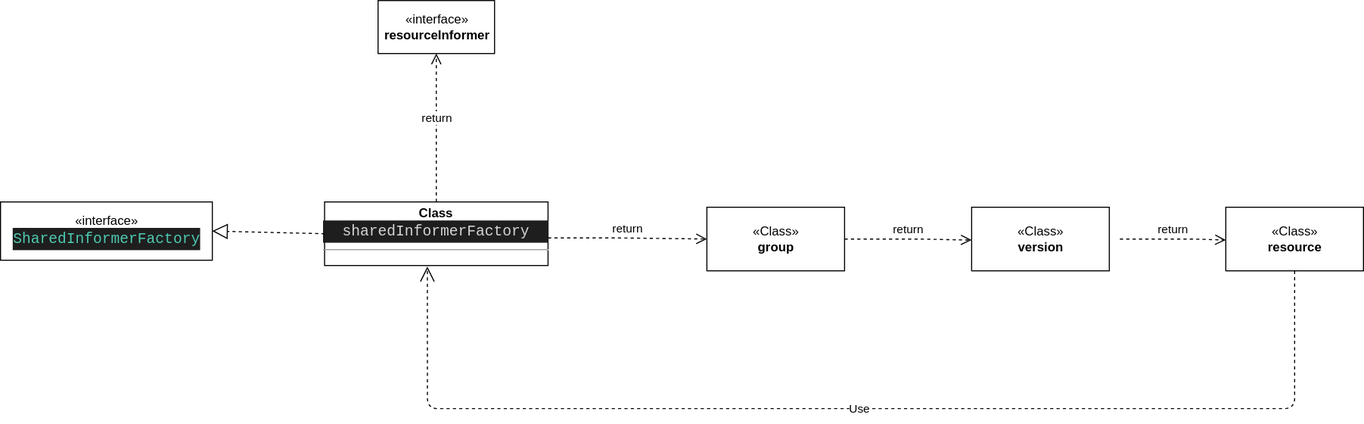
Above: cloudnative/kubernetes/image/8.drawio.svg in ruster-cn/wiki (draw.io), before the change. Source tidied: cells renumbered, new cells last; positions are measured from the earlier drawing's top-left corner, leaving out a move shared by most shapes. Its diagram source:
```xml
<mxGraphModel>
  <root>
    <mxCell id="0" />
    <mxCell id="1" parent="0" />
    <mxCell id="2" value="«interface»&lt;br&gt;&lt;div style=&quot;color: rgb(212 , 212 , 212) ; background-color: rgb(30 , 30 , 30) ; font-family: &amp;#34;menlo&amp;#34; , &amp;#34;monaco&amp;#34; , &amp;#34;courier new&amp;#34; , monospace ; font-size: 14px ; line-height: 21px&quot;&gt;&lt;span style=&quot;color: #4ec9b0&quot;&gt;SharedInformerFactory&lt;/span&gt;&lt;/div&gt;" style="html=1;rotation=0;" parent="1" vertex="1">
      <mxGeometry y="190" width="200" height="55" as="geometry" />
    </mxCell>
    <mxCell id="3" value="&lt;p style=&quot;margin: 4px 0px 0px&quot;&gt;&lt;b&gt;Class&lt;/b&gt;&lt;/p&gt;&lt;div style=&quot;color: rgb(212 , 212 , 212) ; background-color: rgb(30 , 30 , 30) ; font-family: &amp;#34;menlo&amp;#34; , &amp;#34;monaco&amp;#34; , &amp;#34;courier new&amp;#34; , monospace ; font-size: 14px ; line-height: 21px&quot;&gt;sharedInformerFactory&lt;/div&gt;&lt;hr size=&quot;1&quot;&gt;&lt;div style=&quot;height: 2px&quot;&gt;&lt;/div&gt;" style="verticalAlign=top;align=center;overflow=fill;fontSize=12;fontFamily=Helvetica;html=1;rotation=0;" parent="1" vertex="1">
      <mxGeometry x="306" y="190" width="211" height="60" as="geometry" />
    </mxCell>
    <mxCell id="4" style="endArrow=block;dashed=1;endFill=0;endSize=12;html=1;entryX=1;entryY=0.5;entryDx=0;entryDy=0;exitX=0;exitY=0.5;exitDx=0;exitDy=0;" parent="1" edge="1" source="3" target="2">
      <mxGeometry relative="1" as="geometry" />
    </mxCell>
    <mxCell id="5" value="«Class»&lt;br&gt;&lt;b&gt;group&lt;/b&gt;" style="html=1;" parent="1" vertex="1">
      <mxGeometry x="667" y="195" width="130" height="60" as="geometry" />
    </mxCell>
    <mxCell id="6" value="return" style="html=1;verticalAlign=bottom;endArrow=open;dashed=1;endSize=8;entryX=0;entryY=0.5;entryDx=0;entryDy=0;" parent="1" edge="1" target="5">
      <mxGeometry relative="1" as="geometry">
        <mxPoint x="517" y="224" as="sourcePoint" />
        <Array as="points">
          <mxPoint x="587" y="224" />
        </Array>
      </mxGeometry>
    </mxCell>
    <mxCell id="7" value="«Class»&lt;br&gt;&lt;b&gt;version&lt;/b&gt;" style="html=1;" parent="1" vertex="1">
      <mxGeometry x="917" y="195" width="130" height="60" as="geometry" />
    </mxCell>
    <mxCell id="8" value="return" style="html=1;verticalAlign=bottom;endArrow=open;dashed=1;endSize=8;" parent="1" edge="1">
      <mxGeometry relative="1" as="geometry">
        <mxPoint x="797" y="225" as="sourcePoint" />
        <mxPoint x="917" y="226" as="targetPoint" />
        <Array as="points">
          <mxPoint x="867" y="225" />
        </Array>
      </mxGeometry>
    </mxCell>
    <mxCell id="9" value="«Class»&lt;br&gt;&lt;b&gt;resource&lt;/b&gt;" style="html=1;" parent="1" vertex="1">
      <mxGeometry x="1157" y="195" width="130" height="60" as="geometry" />
    </mxCell>
    <mxCell id="10" value="return" style="html=1;verticalAlign=bottom;endArrow=open;dashed=1;endSize=8;" parent="1" edge="1">
      <mxGeometry relative="1" as="geometry">
        <mxPoint x="1057" y="225" as="sourcePoint" />
        <mxPoint x="1157" y="226" as="targetPoint" />
        <Array as="points">
          <mxPoint x="1127" y="225" />
        </Array>
      </mxGeometry>
    </mxCell>
    <mxCell id="11" value="Use" style="endArrow=open;endSize=12;dashed=1;html=1;exitX=0.5;exitY=1;exitDx=0;exitDy=0;entryX=0.46;entryY=1.017;entryDx=0;entryDy=0;entryPerimeter=0;edgeStyle=orthogonalEdgeStyle;" parent="1" edge="1" source="9" target="3">
      <mxGeometry relative="1" as="geometry">
        <Array as="points">
          <mxPoint x="1222" y="385" />
          <mxPoint x="403" y="385" />
        </Array>
      </mxGeometry>
    </mxCell>
    <mxCell id="12" value="«interface»&lt;br&gt;&lt;b&gt;resourceInformer&lt;/b&gt;" style="html=1;" parent="1" vertex="1">
      <mxGeometry x="356.5" width="110" height="50" as="geometry" />
    </mxCell>
    <mxCell id="13" value="return" style="html=1;verticalAlign=bottom;endArrow=open;dashed=1;endSize=8;exitX=0.5;exitY=0;exitDx=0;exitDy=0;entryX=0.5;entryY=1;entryDx=0;entryDy=0;" parent="1" edge="1" source="3" target="12">
      <mxGeometry relative="1" as="geometry" />
    </mxCell>
  </root>
</mxGraphModel>
```
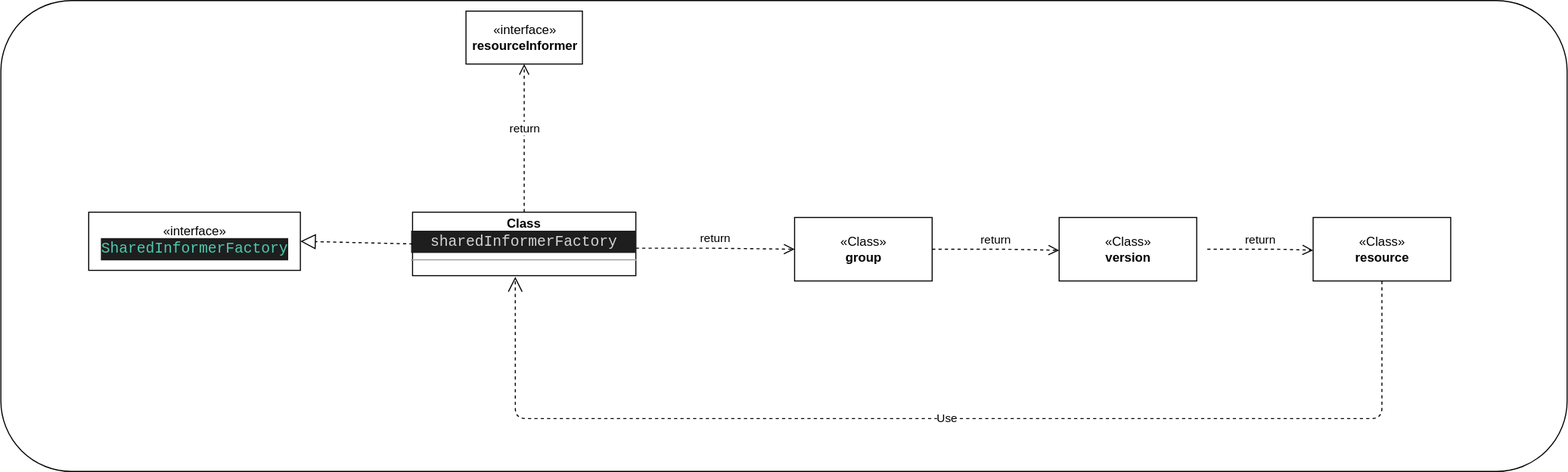
The same file after the commit.

Change to the diagram source:
```diff
@@ -2,6 +2,9 @@
   <root>
     <mxCell id="0" />
     <mxCell id="1" parent="0" />
+    <mxCell id="14" style="rounded=1;whiteSpace=wrap;html=1;" parent="1" vertex="1">
+      <mxGeometry x="-83" y="-10" width="1480" height="445" as="geometry" />
+    </mxCell>
     <mxCell id="2" value="«interface»&lt;br&gt;&lt;div style=&quot;color: rgb(212 , 212 , 212) ; background-color: rgb(30 , 30 , 30) ; font-family: &amp;#34;menlo&amp;#34; , &amp;#34;monaco&amp;#34; , &amp;#34;courier new&amp;#34; , monospace ; font-size: 14px ; line-height: 21px&quot;&gt;&lt;span style=&quot;color: #4ec9b0&quot;&gt;SharedInformerFactory&lt;/span&gt;&lt;/div&gt;" style="html=1;rotation=0;" parent="1" vertex="1">
       <mxGeometry y="190" width="200" height="55" as="geometry" />
     </mxCell>
```
